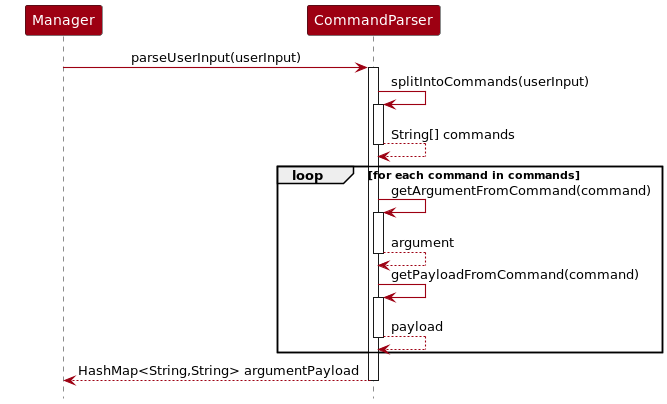
wenxin-c/tp keeps this PlantUML diagram as docs/diagrams/CommandParserSequence.png. Above is the earlier version.
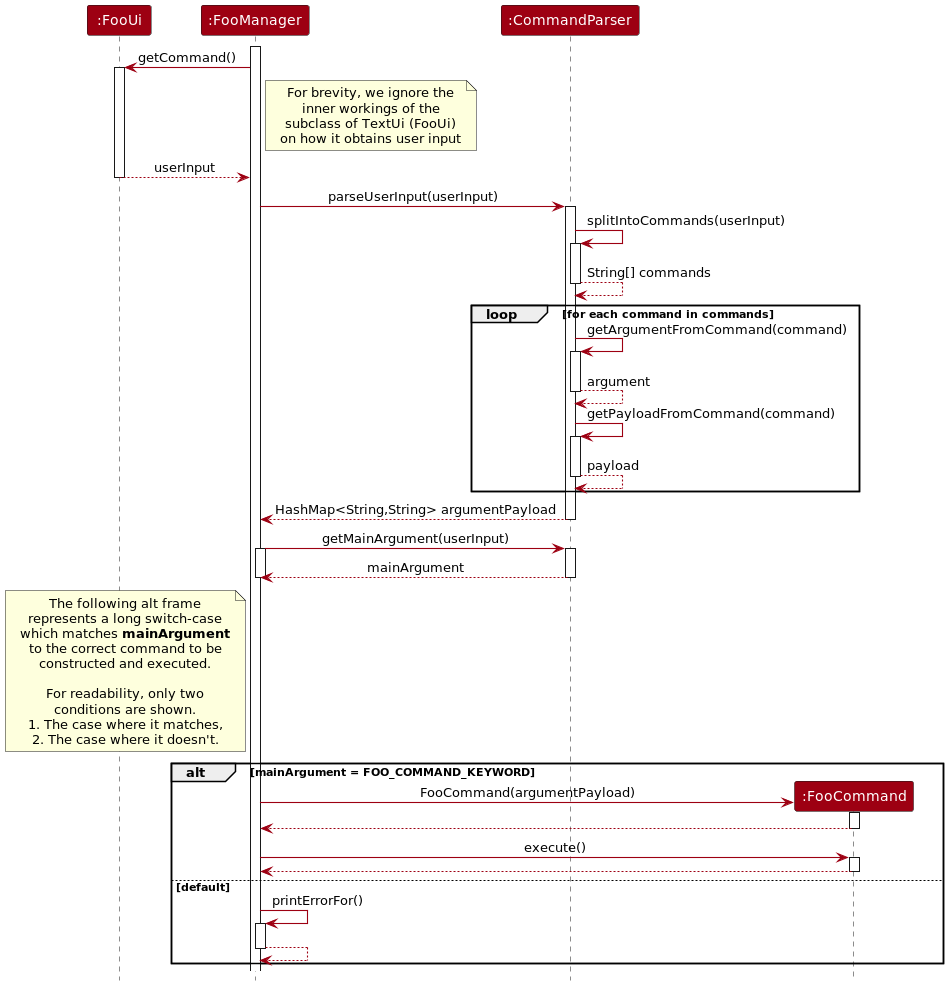
The same diagram one commit later.

Change to the diagram source:
```diff
@@ -5,8 +5,28 @@
 skinparam classBackgroundColor MODEL_COLOR
 hide footbox
 
-participant Manager MODEL_COLOR
-participant CommandParser MODEL_COLOR
+
+participant ":FooUi" as Ui MODEL_COLOR
+participant ":FooManager" as Manager MODEL_COLOR
+participant ":CommandParser" as CommandParser MODEL_COLOR
+participant ":FooCommand" as FooCommand MODEL_COLOR
+
+activate Manager
+
+
+Manager -> Ui: getCommand()
+
+note right of Manager
+For brevity, we ignore the
+inner workings of the
+subclass of TextUi (FooUi)
+on how it obtains user input
+end note
+
+activate Ui
+Ui --> Manager: userInput
+deactivate Ui
+
 
 Manager -> CommandParser : parseUserInput(userInput)
 activate CommandParser
@@ -26,4 +46,42 @@
     end
 CommandParser --> Manager: HashMap<String,String> argumentPayload
 deactivate CommandParser
+
+Manager -> CommandParser: getMainArgument(userInput)
+activate Manager
+activate CommandParser
+CommandParser --> Manager :mainArgument
+deactivate CommandParser
+deactivate Manager
+
+note left of Manager
+The following alt frame
+represents a long switch-case
+which matches <b>mainArgument</b>
+to the correct command to be
+constructed and executed.
+
+For readability, only two
+conditions are shown.
+1. The case where it matches,
+2. The case where it doesn't.
+end note
+
+alt mainArgument = FOO_COMMAND_KEYWORD
+    create FooCommand
+    Manager -> FooCommand : FooCommand(argumentPayload)
+    activate FooCommand
+    FooCommand --> Manager
+    deactivate FooCommand
+    Manager -> FooCommand: execute()
+    activate FooCommand
+    FooCommand --> Manager
+    deactivate FooCommand
+else default
+    Manager -> Manager: printErrorFor()
+    activate Manager
+    Manager --> Manager
+    deactivate Manager
+
+end
 @enduml
```
